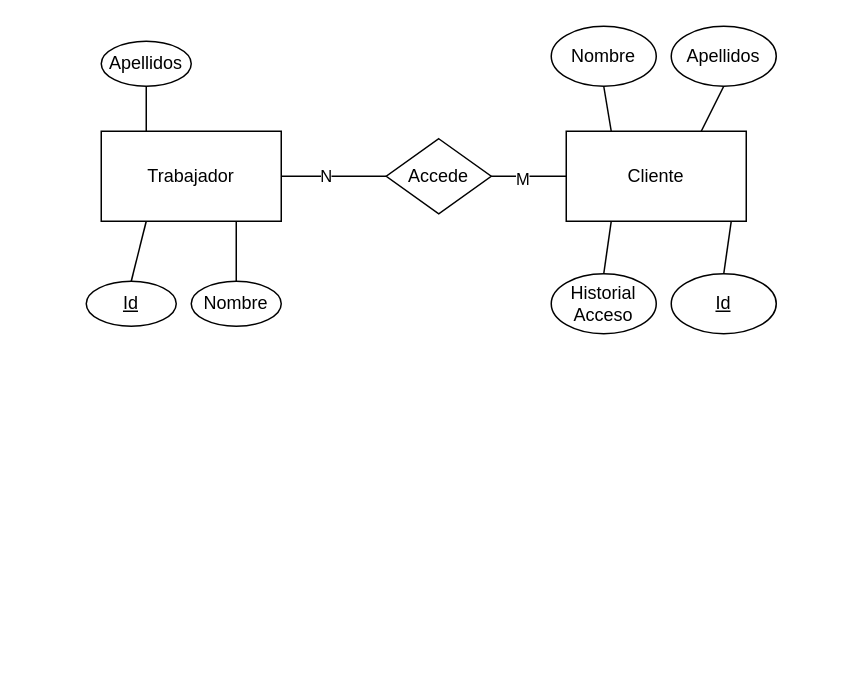
Above: Diagrama ER Trabajador.drawio in HuBaMarin/projDespliegue (draw.io), before the change. Source tidied: cells renumbered, new cells numbered last; positions are measured from the earlier drawing's top-left corner, leaving out a move shared by most shapes. Both pictures are drawn from the tidied source at 150%, with x=0, y=0 at pixel (86, 26).
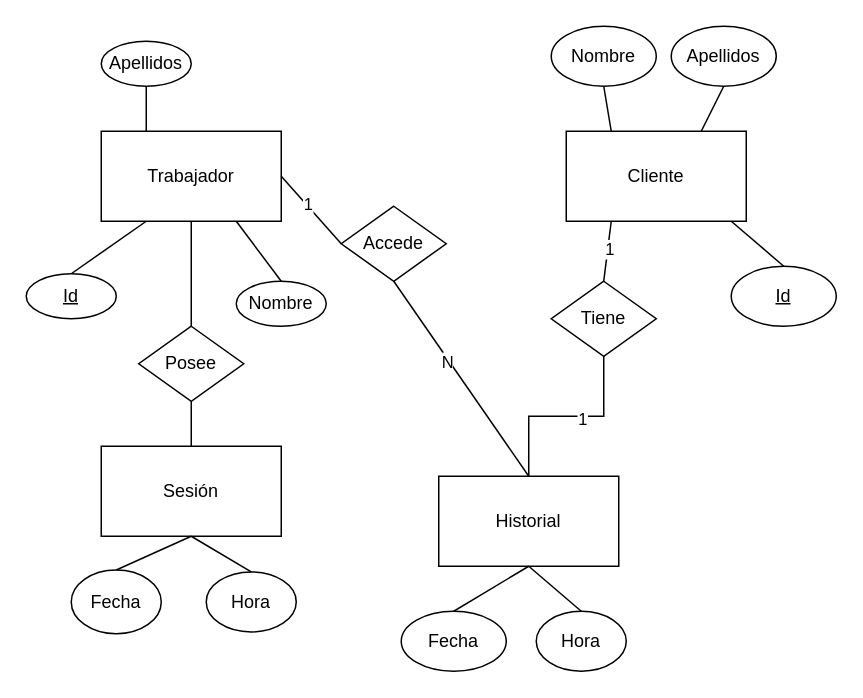
Above is the later version.

The change refers to these unchanged cells:
```xml
<mxCell id="3" value="Trabajador" style="rounded=0;whiteSpace=wrap;html=1;" parent="1" vertex="1">
  <mxGeometry x="10" y="70" width="120" height="60" as="geometry" />
</mxCell>
<mxCell id="11" style="endArrow=none;html=1;rounded=0;exitX=1;exitY=0.5;exitDx=0;exitDy=0;entryX=0;entryY=0.5;entryDx=0;entryDy=0;" parent="1" edge="1" source="3" target="10">
  <mxGeometry relative="1" as="geometry" />
</mxCell>
<mxCell id="15" value="Cliente" style="rounded=0;whiteSpace=wrap;html=1;" parent="1" vertex="1">
  <mxGeometry x="320" y="70" width="120" height="60" as="geometry" />
</mxCell>
```

Change to the diagram source:
```diff
@@
-    <mxCell id="4" style="endArrow=none;html=1;rounded=0;entryX=0.25;entryY=1;entryDx=0;entryDy=0;" parent="1" edge="1" target="3">
-      <mxGeometry relative="1" as="geometry">
-        <mxPoint x="30" y="170" as="sourcePoint" />
-      </mxGeometry>
+    <mxCell id="4" style="endArrow=none;html=1;rounded=0;entryX=0.25;entryY=1;entryDx=0;entryDy=0;exitX=0.5;exitY=0;exitDx=0;exitDy=0;" parent="1" edge="1" source="5" target="3">
+      <mxGeometry relative="1" as="geometry" />
     </mxCell>
     <mxCell id="5" value="&lt;u&gt;Id&lt;/u&gt;" style="ellipse;whiteSpace=wrap;html=1;" parent="1" vertex="1">
-      <mxGeometry y="170" width="60" height="30" as="geometry" />
+      <mxGeometry x="-40" y="165" width="60" height="30" as="geometry" />
     </mxCell>
@@
     <mxCell id="7" value="Nombre" style="ellipse;whiteSpace=wrap;html=1;" parent="1" vertex="1">
-      <mxGeometry x="70" y="170" width="60" height="30" as="geometry" />
+      <mxGeometry x="100" y="170" width="60" height="30" as="geometry" />
     </mxCell>
@@
     <mxCell id="10" value="Accede" style="rhombus;whiteSpace=wrap;html=1;" parent="1" vertex="1">
-      <mxGeometry x="200" y="75" width="70" height="50" as="geometry" />
+      <mxGeometry x="170" y="120" width="70" height="50" as="geometry" />
     </mxCell>
@@
-    <mxCell id="12" value="N" style="edgeLabel;html=1;align=center;verticalAlign=middle;" parent="11" vertex="1">
+    <mxCell id="12" value="1" style="edgeLabel;html=1;align=center;verticalAlign=middle;" parent="11" vertex="1">
       <mxGeometry x="-0.17" y="1" relative="1" as="geometry" />
     </mxCell>
-    <mxCell id="13" style="endArrow=none;html=1;rounded=0;exitX=1;exitY=0.5;exitDx=0;exitDy=0;" parent="1" edge="1" source="10" target="15">
+    <mxCell id="13" style="endArrow=none;html=1;rounded=0;exitX=0.5;exitY=1;exitDx=0;exitDy=0;entryX=0.5;entryY=0;entryDx=0;entryDy=0;" parent="1" edge="1" source="10" target="25">
       <mxGeometry relative="1" as="geometry" />
     </mxCell>
-    <mxCell id="14" value="M" style="edgeLabel;html=1;align=center;verticalAlign=middle;" parent="13" vertex="1">
+    <mxCell id="14" value="N" style="edgeLabel;html=1;align=center;verticalAlign=middle;" parent="13" vertex="1">
       <mxGeometry x="-0.19" y="-1" relative="1" as="geometry" />
     </mxCell>
@@
-    <mxCell id="16" value="Historial Acceso" style="ellipse;whiteSpace=wrap;html=1;" parent="1" vertex="1">
-      <mxGeometry x="310" y="165" width="70" height="40" as="geometry" />
-    </mxCell>
-    <mxCell id="17" style="endArrow=none;html=1;rounded=0;entryX=0.25;entryY=1;entryDx=0;entryDy=0;exitX=0.5;exitY=0;exitDx=0;exitDy=0;" parent="1" edge="1" source="16" target="15">
+    <mxCell id="17" style="endArrow=none;html=1;rounded=0;entryX=0.25;entryY=1;entryDx=0;entryDy=0;exitX=0.5;exitY=0;exitDx=0;exitDy=0;" parent="1" edge="1" source="28" target="15">
       <mxGeometry relative="1" as="geometry" />
     </mxCell>
+    <mxCell id="24" value="1" style="edgeLabel;html=1;align=center;verticalAlign=middle;" parent="17" vertex="1">
+      <mxGeometry x="0.1" y="-1" relative="1" as="geometry" />
+    </mxCell>
     <mxCell id="18" value="&lt;u&gt;Id&lt;/u&gt;" style="ellipse;whiteSpace=wrap;html=1;" parent="1" vertex="1">
-      <mxGeometry x="390" y="165" width="70" height="40" as="geometry" />
+      <mxGeometry x="430" y="160" width="70" height="40" as="geometry" />
     </mxCell>
@@
+    <mxCell id="25" value="Historial" style="rounded=0;whiteSpace=wrap;html=1;" parent="1" vertex="1">
+      <mxGeometry x="235" y="300" width="120" height="60" as="geometry" />
+    </mxCell>
+    <mxCell id="26" style="edgeStyle=orthogonalEdgeStyle;rounded=0;jettySize=auto;html=1;entryX=0.5;entryY=0;entryDx=0;entryDy=0;endArrow=none;endFill=0;" parent="1" edge="1" source="28" target="25">
+      <mxGeometry relative="1" as="geometry" />
+    </mxCell>
+    <mxCell id="27" value="1" style="edgeLabel;html=1;align=center;verticalAlign=middle;" parent="26" vertex="1">
+      <mxGeometry x="-0.16" y="1" relative="1" as="geometry" />
+    </mxCell>
+    <mxCell id="28" value="Tiene" style="rhombus;whiteSpace=wrap;html=1;" parent="1" vertex="1">
+      <mxGeometry x="310" y="170" width="70" height="50" as="geometry" />
+    </mxCell>
+    <mxCell id="29" value="Fecha" style="ellipse;whiteSpace=wrap;html=1;" parent="1" vertex="1">
+      <mxGeometry x="210" y="390" width="70" height="40" as="geometry" />
+    </mxCell>
+    <mxCell id="30" style="endArrow=none;html=1;rounded=0;entryX=0.5;entryY=1;entryDx=0;entryDy=0;exitX=0.5;exitY=0;exitDx=0;exitDy=0;" parent="1" edge="1" source="29" target="25">
+      <mxGeometry relative="1" as="geometry" />
+    </mxCell>
+    <mxCell id="31" value="Posee" style="rhombus;whiteSpace=wrap;html=1;" parent="1" vertex="1">
+      <mxGeometry x="35" y="200" width="70" height="50" as="geometry" />
+    </mxCell>
+    <mxCell id="32" value="Sesión" style="rounded=0;whiteSpace=wrap;html=1;" parent="1" vertex="1">
+      <mxGeometry x="10" y="280" width="120" height="60" as="geometry" />
+    </mxCell>
+    <mxCell id="33" style="endArrow=none;html=1;rounded=0;entryX=0.5;entryY=1;entryDx=0;entryDy=0;exitX=0.5;exitY=0;exitDx=0;exitDy=0;" parent="1" edge="1" source="31" target="3">
+      <mxGeometry relative="1" as="geometry" />
+    </mxCell>
+    <mxCell id="34" style="endArrow=none;html=1;rounded=0;entryX=0.5;entryY=1;entryDx=0;entryDy=0;exitX=0.5;exitY=0;exitDx=0;exitDy=0;" parent="1" edge="1" source="32" target="31">
+      <mxGeometry relative="1" as="geometry" />
+    </mxCell>
+    <mxCell id="35" value="Fecha" style="ellipse;whiteSpace=wrap;html=1;" parent="1" vertex="1">
+      <mxGeometry x="-10" y="362.5" width="60" height="42.5" as="geometry" />
+    </mxCell>
+    <mxCell id="36" value="Hora" style="ellipse;whiteSpace=wrap;html=1;" parent="1" vertex="1">
+      <mxGeometry x="80" y="363.8" width="60" height="40" as="geometry" />
+    </mxCell>
+    <mxCell id="37" value="Hora" style="ellipse;whiteSpace=wrap;html=1;" parent="1" vertex="1">
+      <mxGeometry x="300" y="390" width="60" height="40" as="geometry" />
+    </mxCell>
+    <mxCell id="38" style="endArrow=none;html=1;rounded=0;entryX=0.5;entryY=1;entryDx=0;entryDy=0;exitX=0.5;exitY=0;exitDx=0;exitDy=0;" parent="1" edge="1" source="37" target="25">
+      <mxGeometry relative="1" as="geometry" />
+    </mxCell>
+    <mxCell id="39" style="endArrow=none;html=1;rounded=0;exitX=0.5;exitY=1;exitDx=0;exitDy=0;entryX=0.5;entryY=0;entryDx=0;entryDy=0;" parent="1" edge="1" source="32" target="35">
+      <mxGeometry relative="1" as="geometry" />
+    </mxCell>
+    <mxCell id="40" style="endArrow=none;html=1;rounded=0;exitX=0.5;exitY=1;exitDx=0;exitDy=0;entryX=0.5;entryY=0;entryDx=0;entryDy=0;" parent="1" edge="1" source="32" target="36">
+      <mxGeometry relative="1" as="geometry" />
+    </mxCell>
```
